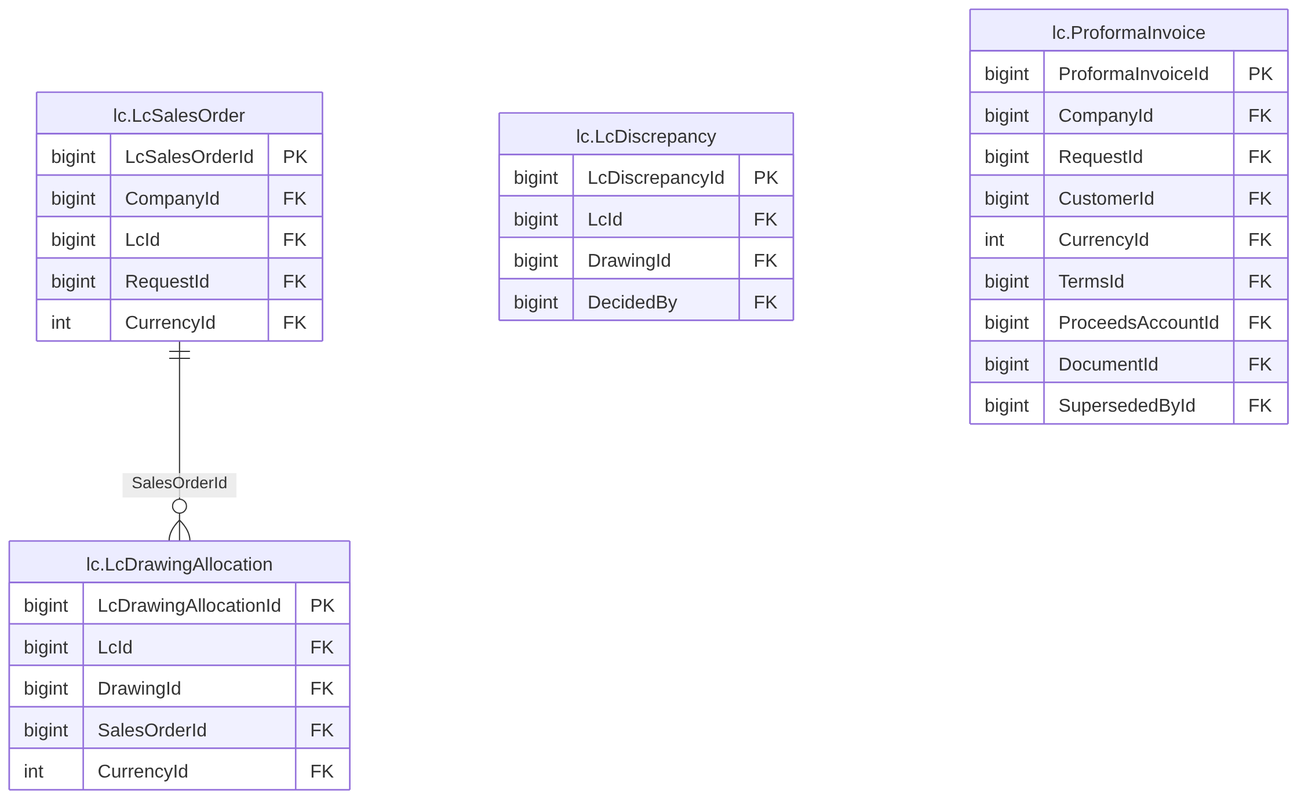
Above: treasury-platform/docs/diagrams/erd/m7_8_lc_ops_2.png in thawrasy/smartlines (Mermaid), before the change. Its source is kept beside it as treasury-platform/docs/diagrams/erd/m7_8_lc_ops_2.mmd.
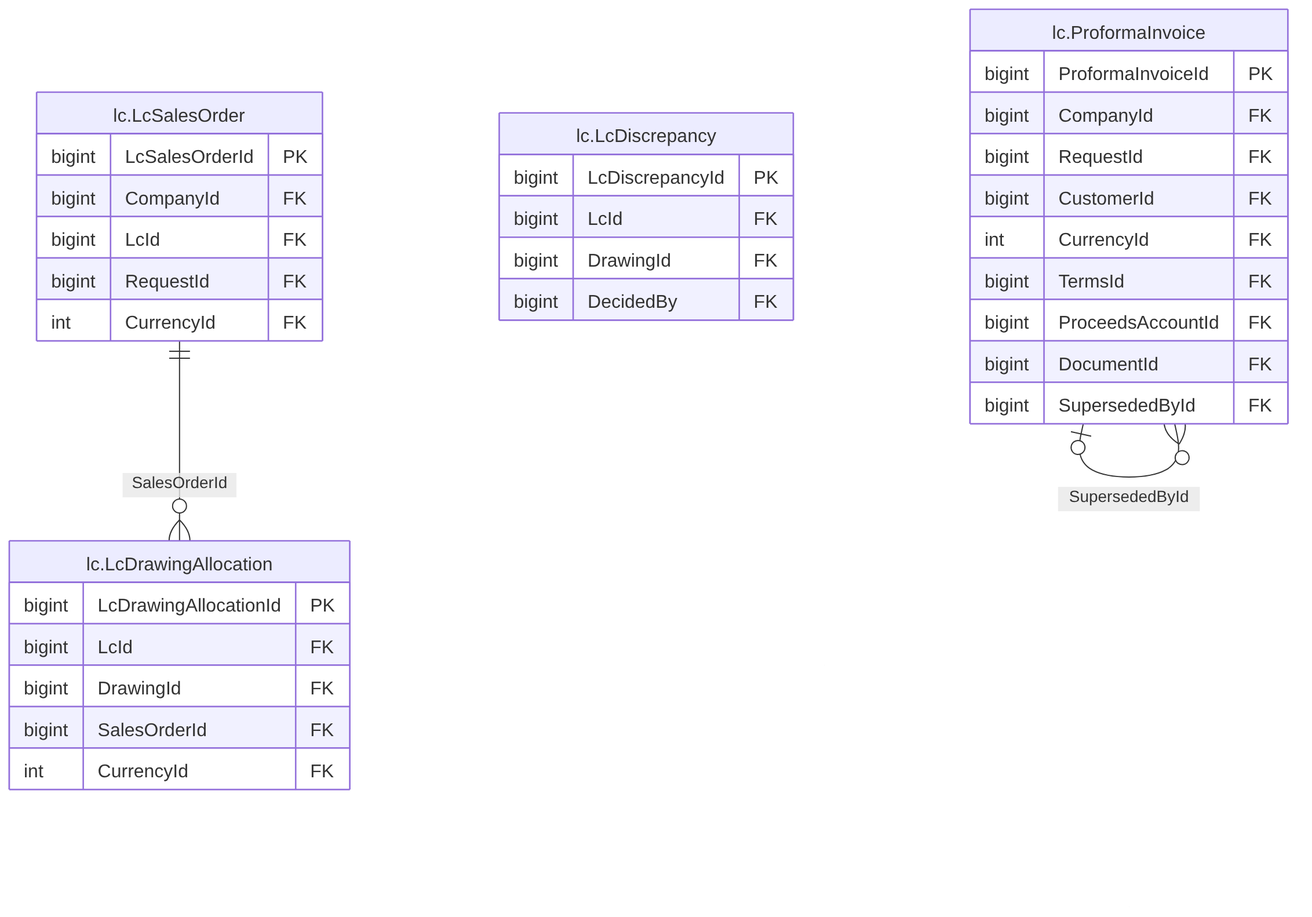
After the commit.

What changed in the source:
```diff
@@ -31,3 +31,4 @@
     bigint SupersededById FK
   }
   lc_LcSalesOrder ||--o{ lc_LcDrawingAllocation : "SalesOrderId"
+  lc_ProformaInvoice |o--o{ lc_ProformaInvoice : "SupersededById"
```
